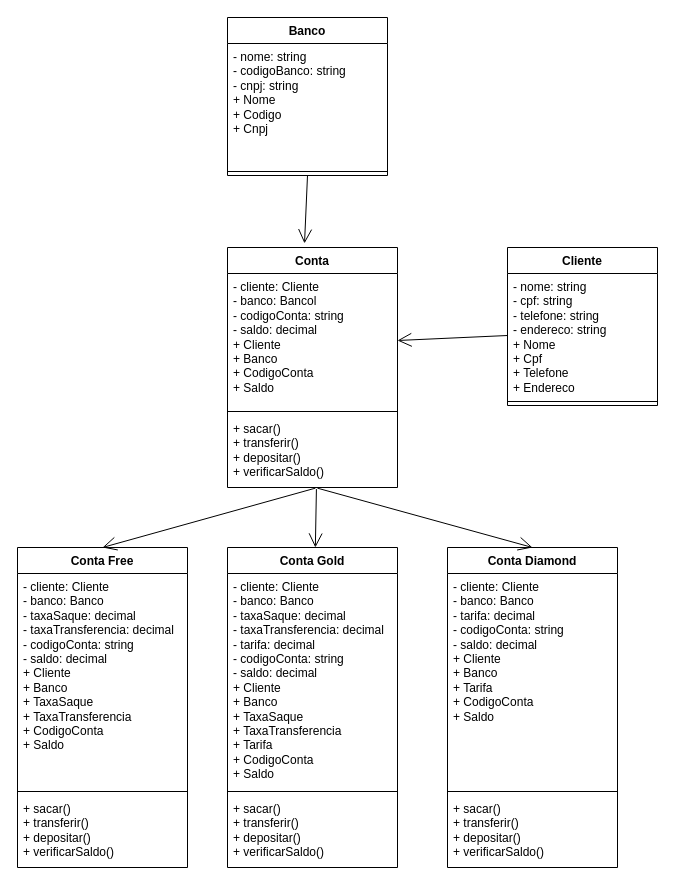
IamArthurGama/OOP-Abstract-Classes keeps this draw.io diagram as Classes Abstratas - POO.drawio. Above is the earlier version. Source tidied: cells renumbered, new cells numbered last; positions are measured from the earlier drawing's top-left corner, leaving out a move shared by most shapes. Both pictures are drawn from the tidied source at 100%, with x=0, y=0 at pixel (17, 17).
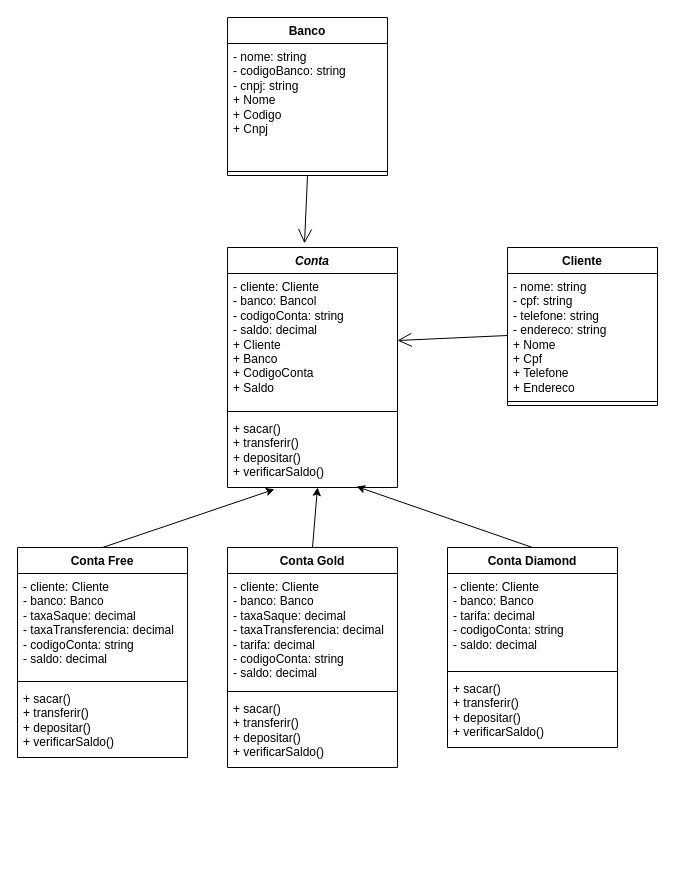
Above is the later version.

Commit message:
tira prop

The change refers to these unchanged cells:
```xml
<mxCell id="5" value="+ sacar()&lt;div&gt;+ transferir()&lt;/div&gt;&lt;div&gt;+ depositar()&lt;/div&gt;&lt;div&gt;+ verificarSaldo()&lt;/div&gt;" style="text;strokeColor=none;fillColor=none;align=left;verticalAlign=top;spacingLeft=4;spacingRight=4;overflow=hidden;points=[[0,0.5],[1,0.5]];portConstraint=eastwest;whiteSpace=wrap;html=1;" parent="2" vertex="1">
  <mxGeometry y="168" width="170" height="72" as="geometry" />
</mxCell>
```

Change to the diagram source:
```diff
@@
-    <mxCell id="2" value="Conta" style="swimlane;fontStyle=1;align=center;verticalAlign=top;horizontal=1;startSize=26;whiteSpace=wrap;html=1;" parent="1" vertex="1">
+    <mxCell id="2" value="&lt;i&gt;Conta&lt;/i&gt;" style="swimlane;fontStyle=1;align=center;verticalAlign=top;horizontal=1;startSize=26;whiteSpace=wrap;html=1;" parent="1" vertex="1">
       <mxGeometry x="210" y="230" width="170" height="240" as="geometry" />
     </mxCell>
@@
     <mxCell id="12" value="Conta Free&lt;div&gt;&lt;br&gt;&lt;/div&gt;" style="swimlane;fontStyle=1;align=center;verticalAlign=top;horizontal=1;startSize=26;whiteSpace=wrap;html=1;" parent="1" vertex="1">
-      <mxGeometry y="530" width="170" height="320" as="geometry" />
+      <mxGeometry y="530" width="170" height="210" as="geometry" />
     </mxCell>
-    <mxCell id="13" value="- cliente: Cliente&lt;div&gt;- banco: Banco&lt;/div&gt;&lt;div&gt;- taxaSaque: decimal&lt;/div&gt;&lt;div&gt;- taxaTransferencia: decimal&lt;/div&gt;&lt;div&gt;- codigoConta: string&lt;/div&gt;&lt;div&gt;- saldo: decimal&lt;/div&gt;&lt;div&gt;+ Cliente&lt;/div&gt;&lt;div&gt;+ Banco&lt;/div&gt;&lt;div&gt;+ TaxaSaque&lt;/div&gt;&lt;div&gt;+ TaxaTransferencia&lt;/div&gt;&lt;div&gt;&lt;span style=&quot;background-color: transparent; color: light-dark(rgb(0, 0, 0), rgb(255, 255, 255));&quot;&gt;+ CodigoConta&lt;/span&gt;&lt;/div&gt;&lt;div&gt;+ Saldo&lt;/div&gt;" style="text;strokeColor=none;fillColor=none;align=left;verticalAlign=top;spacingLeft=4;spacingRight=4;overflow=hidden;whiteSpace=wrap;html=1;" parent="12" vertex="1">
-      <mxGeometry y="26" width="170" height="214" as="geometry" />
+    <mxCell id="13" value="- cliente: Cliente&lt;div&gt;- banco: Banco&lt;/div&gt;&lt;div&gt;- taxaSaque: decimal&lt;/div&gt;&lt;div&gt;- taxaTransferencia: decimal&lt;/div&gt;&lt;div&gt;- codigoConta: string&lt;/div&gt;&lt;div&gt;- saldo: decimal&lt;/div&gt;&lt;div&gt;&lt;br&gt;&lt;/div&gt;" style="text;strokeColor=none;fillColor=none;align=left;verticalAlign=top;spacingLeft=4;spacingRight=4;overflow=hidden;whiteSpace=wrap;html=1;" parent="12" vertex="1">
+      <mxGeometry y="26" width="170" height="104" as="geometry" />
     </mxCell>
     <mxCell id="14" style="line;strokeWidth=1;fillColor=none;align=left;verticalAlign=middle;spacingTop=-1;spacingLeft=3;spacingRight=3;labelPosition=right;strokeColor=inherit;" parent="12" vertex="1">
-      <mxGeometry y="240" width="170" height="8" as="geometry" />
+      <mxGeometry y="130" width="170" height="8" as="geometry" />
     </mxCell>
     <mxCell id="15" value="+ sacar()&lt;div&gt;+ transferir()&lt;/div&gt;&lt;div&gt;+ depositar()&lt;/div&gt;&lt;div&gt;+ verificarSaldo()&lt;/div&gt;" style="text;strokeColor=none;fillColor=none;align=left;verticalAlign=top;spacingLeft=4;spacingRight=4;overflow=hidden;whiteSpace=wrap;html=1;" parent="12" vertex="1">
-      <mxGeometry y="248" width="170" height="72" as="geometry" />
+      <mxGeometry y="138" width="170" height="72" as="geometry" />
     </mxCell>
     <mxCell id="16" value="Conta Gold" style="swimlane;fontStyle=1;align=center;verticalAlign=top;horizontal=1;startSize=26;whiteSpace=wrap;html=1;" parent="1" vertex="1">
-      <mxGeometry x="210" y="530" width="170" height="320" as="geometry" />
+      <mxGeometry x="210" y="530" width="170" height="220" as="geometry" />
     </mxCell>
-    <mxCell id="17" value="- cliente: Cliente&lt;div&gt;- banco: Banco&lt;/div&gt;&lt;div&gt;- taxaSaque: decimal&lt;/div&gt;&lt;div&gt;- taxaTransferencia: decimal&lt;/div&gt;&lt;div&gt;- tarifa: decimal&lt;/div&gt;&lt;div&gt;- codigoConta: string&lt;/div&gt;&lt;div&gt;- saldo: decimal&lt;/div&gt;&lt;div&gt;+ Cliente&lt;/div&gt;&lt;div&gt;+ Banco&lt;/div&gt;&lt;div&gt;+ TaxaSaque&lt;/div&gt;&lt;div&gt;+ TaxaTransferencia&lt;/div&gt;&lt;div&gt;+ Tarifa&lt;/div&gt;&lt;div&gt;+ CodigoConta&lt;/div&gt;&lt;div&gt;+ Saldo&lt;/div&gt;" style="text;strokeColor=none;fillColor=none;align=left;verticalAlign=top;spacingLeft=4;spacingRight=4;overflow=hidden;whiteSpace=wrap;html=1;" parent="16" vertex="1">
-      <mxGeometry y="26" width="170" height="214" as="geometry" />
+    <mxCell id="17" value="- cliente: Cliente&lt;div&gt;- banco: Banco&lt;/div&gt;&lt;div&gt;- taxaSaque: decimal&lt;/div&gt;&lt;div&gt;- taxaTransferencia: decimal&lt;/div&gt;&lt;div&gt;- tarifa: decimal&lt;/div&gt;&lt;div&gt;- codigoConta: string&lt;/div&gt;&lt;div&gt;- saldo: decimal&lt;/div&gt;&lt;div&gt;&lt;br&gt;&lt;/div&gt;" style="text;strokeColor=none;fillColor=none;align=left;verticalAlign=top;spacingLeft=4;spacingRight=4;overflow=hidden;whiteSpace=wrap;html=1;" parent="16" vertex="1">
+      <mxGeometry y="26" width="170" height="114" as="geometry" />
     </mxCell>
     <mxCell id="18" style="line;strokeWidth=1;fillColor=none;align=left;verticalAlign=middle;spacingTop=-1;spacingLeft=3;spacingRight=3;labelPosition=right;strokeColor=inherit;" parent="16" vertex="1">
-      <mxGeometry y="240" width="170" height="8" as="geometry" />
+      <mxGeometry y="140" width="170" height="8" as="geometry" />
     </mxCell>
     <mxCell id="19" value="+ sacar()&lt;div&gt;+ transferir()&lt;/div&gt;&lt;div&gt;+ depositar()&lt;/div&gt;&lt;div&gt;+ verificarSaldo()&lt;/div&gt;" style="text;strokeColor=none;fillColor=none;align=left;verticalAlign=top;spacingLeft=4;spacingRight=4;overflow=hidden;whiteSpace=wrap;html=1;" parent="16" vertex="1">
-      <mxGeometry y="248" width="170" height="72" as="geometry" />
+      <mxGeometry y="148" width="170" height="72" as="geometry" />
     </mxCell>
     <mxCell id="20" value="Conta Diamond" style="swimlane;fontStyle=1;align=center;verticalAlign=top;horizontal=1;startSize=26;whiteSpace=wrap;html=1;" parent="1" vertex="1">
-      <mxGeometry x="430" y="530" width="170" height="320" as="geometry" />
+      <mxGeometry x="430" y="530" width="170" height="200" as="geometry" />
     </mxCell>
-    <mxCell id="21" value="- cliente: Cliente&lt;div&gt;- banco: Banco&lt;/div&gt;&lt;div&gt;- tarifa: decimal&lt;/div&gt;&lt;div&gt;- codigoConta: string&lt;/div&gt;&lt;div&gt;- saldo: decimal&lt;/div&gt;&lt;div&gt;+ Cliente&lt;/div&gt;&lt;div&gt;+ Banco&lt;/div&gt;&lt;div&gt;+ Tarifa&lt;/div&gt;&lt;div&gt;+ CodigoConta&lt;/div&gt;&lt;div&gt;+ Saldo&lt;/div&gt;" style="text;strokeColor=none;fillColor=none;align=left;verticalAlign=top;spacingLeft=4;spacingRight=4;overflow=hidden;whiteSpace=wrap;html=1;" parent="20" vertex="1">
-      <mxGeometry y="26" width="170" height="214" as="geometry" />
+    <mxCell id="21" value="- cliente: Cliente&lt;div&gt;- banco: Banco&lt;/div&gt;&lt;div&gt;- tarifa: decimal&lt;/div&gt;&lt;div&gt;- codigoConta: string&lt;/div&gt;&lt;div&gt;- saldo: decimal&lt;/div&gt;&lt;div&gt;&lt;br&gt;&lt;/div&gt;" style="text;strokeColor=none;fillColor=none;align=left;verticalAlign=top;spacingLeft=4;spacingRight=4;overflow=hidden;whiteSpace=wrap;html=1;" parent="20" vertex="1">
+      <mxGeometry y="26" width="170" height="94" as="geometry" />
     </mxCell>
     <mxCell id="22" style="line;strokeWidth=1;fillColor=none;align=left;verticalAlign=middle;spacingTop=-1;spacingLeft=3;spacingRight=3;labelPosition=right;strokeColor=inherit;" parent="20" vertex="1">
-      <mxGeometry y="240" width="170" height="8" as="geometry" />
+      <mxGeometry y="120" width="170" height="8" as="geometry" />
     </mxCell>
     <mxCell id="23" value="+ sacar()&lt;div&gt;+ transferir()&lt;/div&gt;&lt;div&gt;+ depositar()&lt;/div&gt;&lt;div&gt;+ verificarSaldo()&lt;/div&gt;" style="text;strokeColor=none;fillColor=none;align=left;verticalAlign=top;spacingLeft=4;spacingRight=4;overflow=hidden;whiteSpace=wrap;html=1;" parent="20" vertex="1">
-      <mxGeometry y="248" width="170" height="72" as="geometry" />
+      <mxGeometry y="128" width="170" height="72" as="geometry" />
     </mxCell>
-    <mxCell id="24" style="endArrow=open;endFill=1;endSize=12;html=1;rounded=0;exitX=0.517;exitY=1.009;exitDx=0;exitDy=0;exitPerimeter=0;entryX=0.5;entryY=0;entryDx=0;entryDy=0;" parent="1" edge="1" source="5" target="12">
-      <mxGeometry relative="1" as="geometry" />
-    </mxCell>
-    <mxCell id="25" style="endArrow=open;endFill=1;endSize=12;html=1;rounded=0;exitX=0.523;exitY=1.022;exitDx=0;exitDy=0;exitPerimeter=0;" parent="1" edge="1" source="5" target="16">
-      <mxGeometry relative="1" as="geometry" />
-    </mxCell>
-    <mxCell id="26" style="endArrow=open;endFill=1;endSize=12;html=1;rounded=0;exitX=0.529;exitY=1.009;exitDx=0;exitDy=0;exitPerimeter=0;entryX=0.5;entryY=0;entryDx=0;entryDy=0;" parent="1" edge="1" source="5" target="20">
-      <mxGeometry relative="1" as="geometry" />
-    </mxCell>
@@
+    <mxCell id="29" style="endArrow=classic;html=1;exitX=0.5;exitY=0;exitDx=0;exitDy=0;entryX=0.276;entryY=1.025;entryDx=0;entryDy=0;entryPerimeter=0;" parent="1" edge="1" source="12" target="5">
+      <mxGeometry relative="1" as="geometry" />
+    </mxCell>
+    <mxCell id="30" style="endArrow=classic;html=1;exitX=0.5;exitY=0;exitDx=0;exitDy=0;" parent="1" edge="1" source="16">
+      <mxGeometry relative="1" as="geometry">
+        <mxPoint x="300" y="470" as="targetPoint" />
+      </mxGeometry>
+    </mxCell>
+    <mxCell id="31" style="endArrow=classic;html=1;exitX=0.5;exitY=0;exitDx=0;exitDy=0;entryX=0.759;entryY=0.986;entryDx=0;entryDy=0;entryPerimeter=0;" parent="1" edge="1" source="20" target="5">
+      <mxGeometry relative="1" as="geometry" />
+    </mxCell>
```
